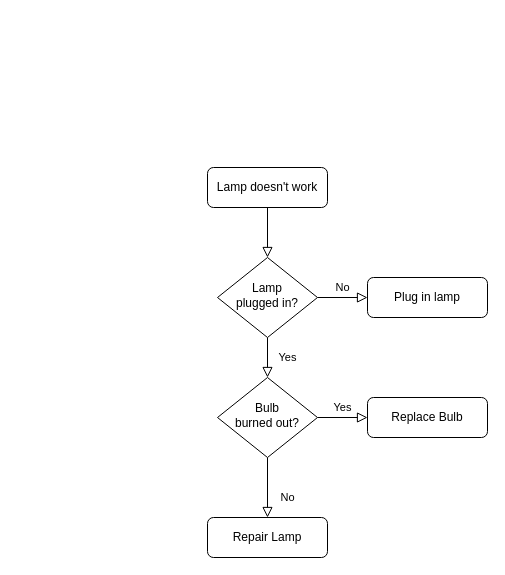
Above: 未命名绘图.drawio in wuyah/snake (draw.io), before the change. Source tidied: cells renumbered, new cells numbered last; positions are measured from the earlier drawing's top-left corner, leaving out a move shared by most shapes. Both pictures are drawn from the tidied source at 100%, with x=0, y=0 at pixel (207, 167).
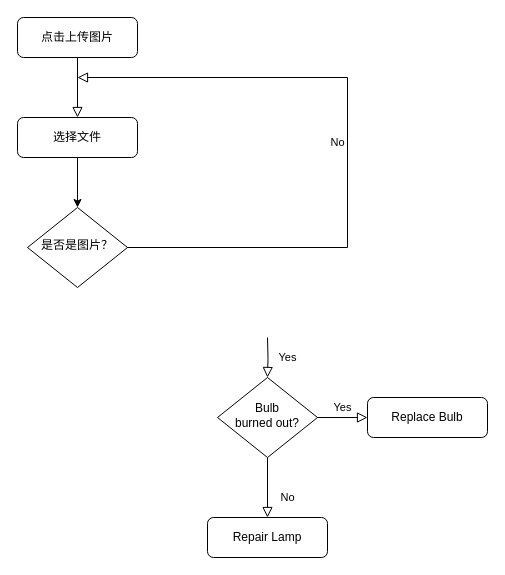
Above is the later version.

Commit message (it also covers changes not shown here):
更新未命名绘图.drawio

What changed in the source:
```diff
@@
 <mxGraphModel>
   <root>
     <mxCell id="0" />
     <mxCell id="1" parent="0" />
-    <mxCell id="2" style="rounded=0;html=1;jettySize=auto;fontSize=11;endArrow=block;endFill=0;endSize=8;strokeWidth=1;shadow=0;labelBackgroundColor=none;edgeStyle=orthogonalEdgeStyle;" parent="1" edge="1" source="3" target="6">
+    <mxCell id="2" style="rounded=0;html=1;jettySize=auto;fontSize=11;endArrow=block;endFill=0;endSize=8;strokeWidth=1;shadow=0;labelBackgroundColor=none;edgeStyle=orthogonalEdgeStyle;entryX=0.5;entryY=0;entryDx=0;entryDy=0;" parent="1" edge="1" source="3" target="14">
       <mxGeometry relative="1" as="geometry" />
     </mxCell>
-    <mxCell id="3" value="Lamp doesn't work" style="rounded=1;whiteSpace=wrap;html=1;fontSize=12;glass=0;strokeWidth=1;shadow=0;" parent="1" vertex="1">
-      <mxGeometry width="120" height="40" as="geometry" />
+    <mxCell id="3" value="点击上传图片" style="rounded=1;whiteSpace=wrap;html=1;fontSize=12;glass=0;strokeWidth=1;shadow=0;" parent="1" vertex="1">
+      <mxGeometry x="-190" y="-150" width="120" height="40" as="geometry" />
     </mxCell>
-    <mxCell id="4" value="Yes" style="rounded=0;html=1;jettySize=auto;fontSize=11;endArrow=block;endFill=0;endSize=8;strokeWidth=1;shadow=0;labelBackgroundColor=none;edgeStyle=orthogonalEdgeStyle;" parent="1" edge="1" source="6" target="10">
-      <mxGeometry y="20" relative="1" as="geometry" />
+    <mxCell id="4" value="Yes" style="rounded=0;html=1;jettySize=auto;fontSize=11;endArrow=block;endFill=0;endSize=8;strokeWidth=1;shadow=0;labelBackgroundColor=none;edgeStyle=orthogonalEdgeStyle;" parent="1" edge="1" target="10">
+      <mxGeometry y="20" relative="1" as="geometry">
+        <mxPoint x="60" y="170" as="sourcePoint" />
+      </mxGeometry>
     </mxCell>
-    <mxCell id="5" value="No" style="edgeStyle=orthogonalEdgeStyle;rounded=0;html=1;jettySize=auto;fontSize=11;endArrow=block;endFill=0;endSize=8;strokeWidth=1;shadow=0;labelBackgroundColor=none;" parent="1" edge="1" source="6" target="7">
-      <mxGeometry y="10" relative="1" as="geometry" />
+    <mxCell id="5" value="No" style="edgeStyle=orthogonalEdgeStyle;rounded=0;html=1;jettySize=auto;orthogonalLoop=1;fontSize=11;endArrow=block;endFill=0;endSize=8;strokeWidth=1;shadow=0;labelBackgroundColor=none;" parent="1" edge="1">
+      <mxGeometry y="10" relative="1" as="geometry">
+        <mxPoint x="-90" y="80" as="sourcePoint" />
+        <mxPoint x="-130" y="-90" as="targetPoint" />
+        <Array as="points">
+          <mxPoint x="140" y="80" />
+          <mxPoint x="140" y="-90" />
+        </Array>
+      </mxGeometry>
     </mxCell>
-    <mxCell id="6" value="Lamp&lt;br&gt;plugged in?" style="rhombus;whiteSpace=wrap;html=1;shadow=0;fontFamily=Helvetica;fontSize=12;align=center;strokeWidth=1;spacing=6;spacingTop=-4;" parent="1" vertex="1">
-      <mxGeometry x="10" y="90" width="100" height="80" as="geometry" />
+    <mxCell id="6" value="是否是图片？" style="rhombus;whiteSpace=wrap;html=1;shadow=0;fontFamily=Helvetica;fontSize=12;align=center;strokeWidth=1;spacing=6;spacingTop=-4;" parent="1" vertex="1">
+      <mxGeometry x="-180" y="40" width="100" height="80" as="geometry" />
     </mxCell>
-    <mxCell id="7" value="Plug in lamp" style="rounded=1;whiteSpace=wrap;html=1;fontSize=12;glass=0;strokeWidth=1;shadow=0;" parent="1" vertex="1">
-      <mxGeometry x="160" y="110" width="120" height="40" as="geometry" />
-    </mxCell>
     <mxCell id="8" value="No" style="rounded=0;html=1;jettySize=auto;fontSize=11;endArrow=block;endFill=0;endSize=8;strokeWidth=1;shadow=0;labelBackgroundColor=none;edgeStyle=orthogonalEdgeStyle;" parent="1" edge="1" source="10" target="11">
       <mxGeometry x="0.33" y="20" relative="1" as="geometry" />
     </mxCell>
     <mxCell id="9" value="Yes" style="edgeStyle=orthogonalEdgeStyle;rounded=0;html=1;jettySize=auto;fontSize=11;endArrow=block;endFill=0;endSize=8;strokeWidth=1;shadow=0;labelBackgroundColor=none;" parent="1" edge="1" source="10" target="12">
       <mxGeometry y="10" relative="1" as="geometry" />
     </mxCell>
     <mxCell id="10" value="Bulb&lt;br&gt;burned out?" style="rhombus;whiteSpace=wrap;html=1;shadow=0;fontFamily=Helvetica;fontSize=12;align=center;strokeWidth=1;spacing=6;spacingTop=-4;" parent="1" vertex="1">
       <mxGeometry x="10" y="210" width="100" height="80" as="geometry" />
     </mxCell>
     <mxCell id="11" value="Repair Lamp" style="rounded=1;whiteSpace=wrap;html=1;fontSize=12;glass=0;strokeWidth=1;shadow=0;" parent="1" vertex="1">
       <mxGeometry y="350" width="120" height="40" as="geometry" />
     </mxCell>
     <mxCell id="12" value="Replace Bulb" style="rounded=1;whiteSpace=wrap;html=1;fontSize=12;glass=0;strokeWidth=1;shadow=0;" parent="1" vertex="1">
       <mxGeometry x="160" y="230" width="120" height="40" as="geometry" />
     </mxCell>
+    <mxCell id="13" style="edgeStyle=orthogonalEdgeStyle;rounded=0;jettySize=auto;html=1;entryX=0.5;entryY=0;entryDx=0;entryDy=0;" parent="1" edge="1" source="14" target="6">
+      <mxGeometry relative="1" as="geometry" />
+    </mxCell>
+    <mxCell id="14" value="选择文件" style="rounded=1;whiteSpace=wrap;html=1;fontSize=12;glass=0;strokeWidth=1;shadow=0;" parent="1" vertex="1">
+      <mxGeometry x="-190" y="-50" width="120" height="40" as="geometry" />
+    </mxCell>
   </root>
 </mxGraphModel>
```
